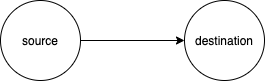
dsinghx/nd-as-code keeps this draw.io diagram as sample.drawio.png. Above is the earlier version. Source tidied: cells renumbered, new cells last; positions are measured from the earlier drawing's top-left corner, leaving out a move shared by most shapes. Its diagram source:
```xml
<mxGraphModel>
  <root>
    <mxCell id="0" />
    <mxCell id="1" parent="0" />
    <mxCell id="2" style="edgeStyle=orthogonalEdgeStyle;rounded=0;jettySize=auto;html=1;" parent="1" edge="1" source="3" target="4">
      <mxGeometry relative="1" as="geometry" />
    </mxCell>
    <mxCell id="3" value="source" style="ellipse;whiteSpace=wrap;html=1;" parent="1" vertex="1">
      <mxGeometry width="80" height="80" as="geometry" />
    </mxCell>
    <mxCell id="4" value="destination" style="ellipse;whiteSpace=wrap;html=1;" parent="1" vertex="1">
      <mxGeometry x="184" width="80" height="80" as="geometry" />
    </mxCell>
  </root>
</mxGraphModel>
```
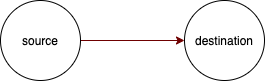
The same file after the commit.

Change to the diagram source:
```diff
@@ -2,7 +2,7 @@
   <root>
     <mxCell id="0" />
     <mxCell id="1" parent="0" />
-    <mxCell id="2" style="edgeStyle=orthogonalEdgeStyle;rounded=0;jettySize=auto;html=1;" parent="1" edge="1" source="3" target="4">
+    <mxCell id="2" style="edgeStyle=orthogonalEdgeStyle;rounded=0;jettySize=auto;html=1;fillColor=#a20025;strokeColor=#6F0000;" parent="1" edge="1" source="3" target="4">
       <mxGeometry relative="1" as="geometry" />
     </mxCell>
     <mxCell id="3" value="source" style="ellipse;whiteSpace=wrap;html=1;" parent="1" vertex="1">
```
